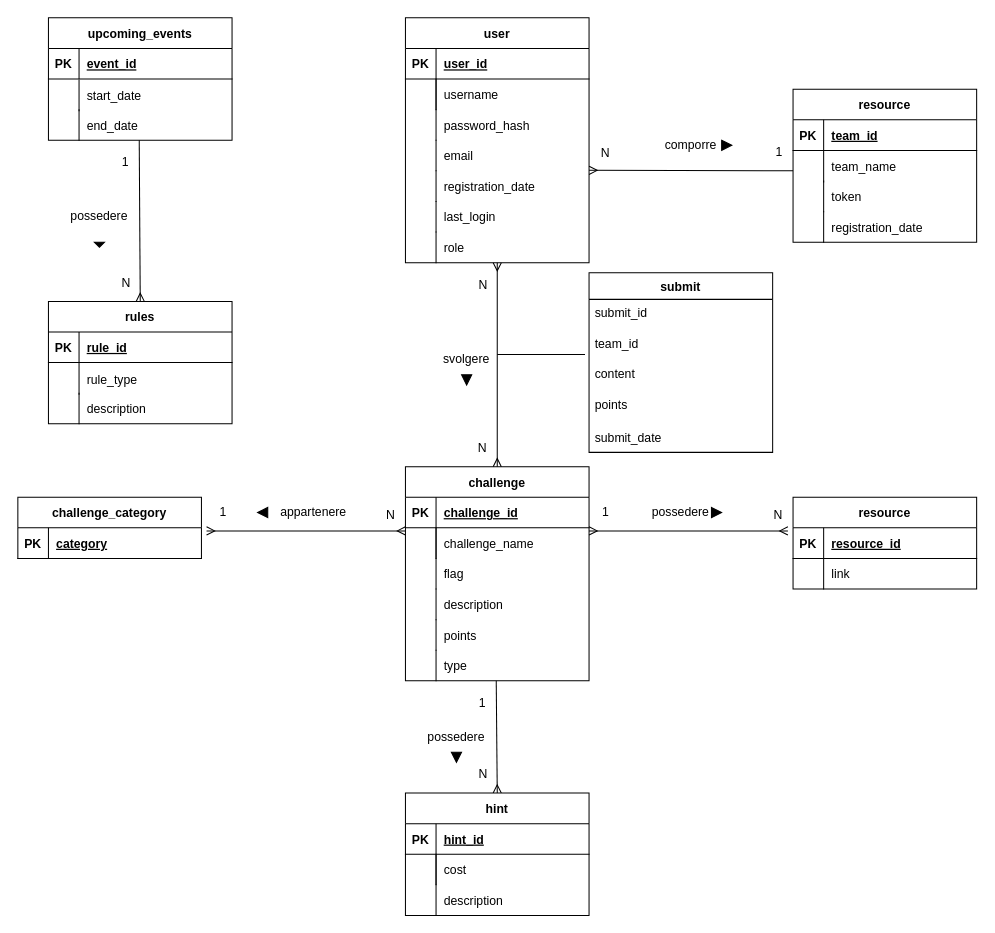
This is db/ER_diagram.drawio from FeeeDz/H4ckUs4t1_CTF, a draw.io file, before an edit. Source tidied: cells renumbered, new cells numbered last; positions are measured from the earlier drawing's top-left corner, leaving out a move shared by most shapes. Both pictures are drawn from the tidied source at 102%, with x=0, y=0 at pixel (17, 17).
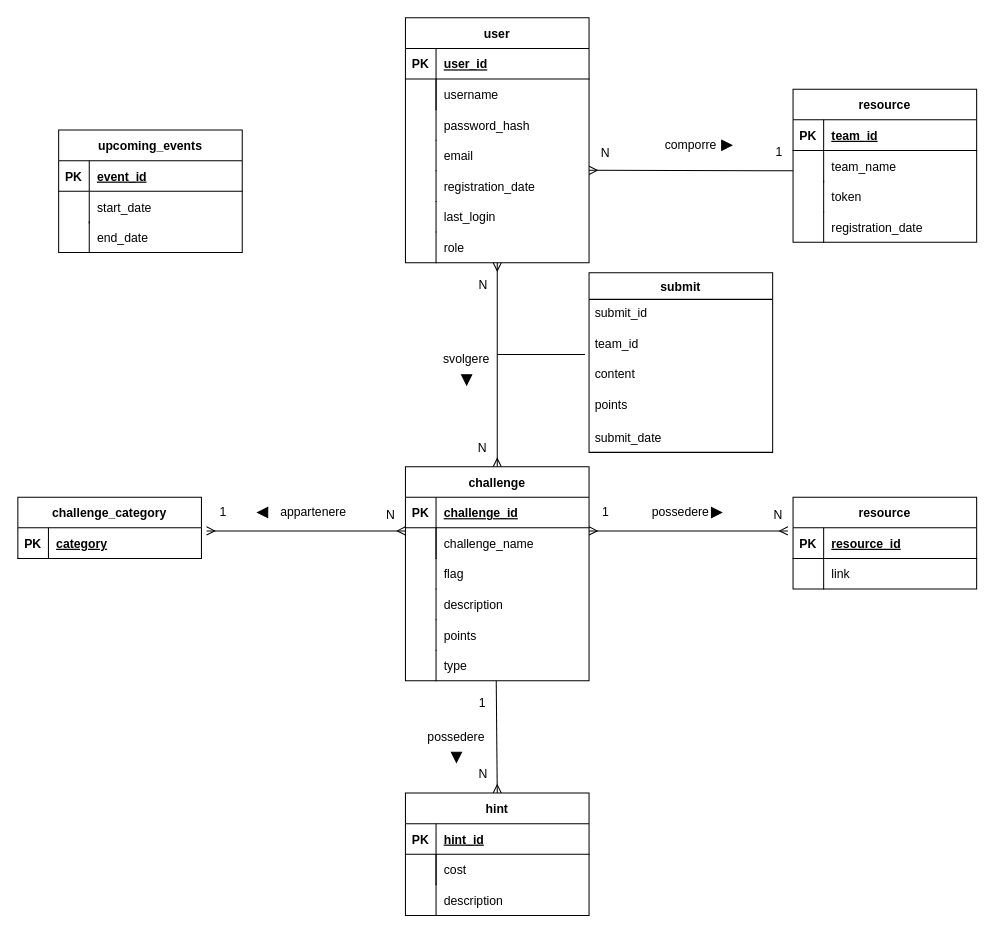
The same page after the edit.

Commit message (it also covers changes not shown here):
removing rules

What changed in the source:
```diff
@@
     <mxCell id="115" value="upcoming_events" style="shape=table;startSize=30;childLayout=tableLayout;rowLines=0;fontStyle=1;align=center;" parent="1" vertex="1">
-      <mxGeometry x="30" width="180" height="120" as="geometry" />
+      <mxGeometry x="40" y="110" width="180" height="120" as="geometry" />
     </mxCell>
@@
     <mxCell id="119" style="shape=partialRectangle;fillColor=none;top=0;left=0;right=0;bottom=0;" parent="1" vertex="1">
-      <mxGeometry x="30" y="90" width="180" height="30" as="geometry" />
+      <mxGeometry x="40" y="200" width="180" height="30" as="geometry" />
     </mxCell>
@@
     <mxCell id="122" style="group;" parent="1" vertex="1">
-      <mxGeometry x="30" y="61" width="180" height="30" as="geometry" />
+      <mxGeometry x="40" y="171" width="180" height="30" as="geometry" />
     </mxCell>
@@
-    <mxCell id="126" value="rules" style="shape=table;startSize=30;childLayout=tableLayout;rowLines=0;fontStyle=1;align=center;" parent="1" vertex="1">
-      <mxGeometry x="30" y="278" width="180" height="120" as="geometry" />
-    </mxCell>
-    <mxCell id="127" style="shape=partialRectangle;fillColor=none;top=0;left=0;right=0;bottom=1;" parent="126" vertex="1">
-      <mxGeometry y="30" width="180" height="30" as="geometry" />
-    </mxCell>
-    <mxCell id="128" value="PK" style="shape=partialRectangle;overflow=hidden;fillColor=none;top=0;left=0;bottom=0;right=0;fontStyle=1;" parent="127" vertex="1">
-      <mxGeometry width="30" height="30" as="geometry" />
-    </mxCell>
-    <mxCell id="129" value="rule_id" style="shape=partialRectangle;overflow=hidden;fillColor=none;top=0;left=0;bottom=0;right=0;align=left;spacingLeft=6;fontStyle=5;" parent="127" vertex="1">
-      <mxGeometry x="30" width="150" height="30" as="geometry" />
-    </mxCell>
-    <mxCell id="130" style="shape=partialRectangle;fillColor=none;top=0;left=0;right=0;bottom=0;" parent="1" vertex="1">
-      <mxGeometry x="30" y="368" width="180" height="30" as="geometry" />
-    </mxCell>
-    <mxCell id="131" style="shape=partialRectangle;overflow=hidden;fillColor=none;top=0;left=0;bottom=0;right=1;" parent="130" vertex="1">
-      <mxGeometry width="30" height="30" as="geometry" />
-    </mxCell>
-    <mxCell id="132" value="description" style="shape=partialRectangle;overflow=hidden;fillColor=none;top=0;left=0;bottom=0;right=0;align=left;spacingLeft=6;" parent="130" vertex="1">
-      <mxGeometry x="30" width="150" height="30" as="geometry" />
-    </mxCell>
-    <mxCell id="133" style="group;" parent="1" vertex="1">
-      <mxGeometry x="30" y="339" width="180" height="30" as="geometry" />
-    </mxCell>
-    <mxCell id="134" style="shape=partialRectangle;fillColor=none;top=0;left=0;right=0;bottom=0;" parent="133" vertex="1">
-      <mxGeometry width="180" height="30" as="geometry" />
-    </mxCell>
-    <mxCell id="135" style="shape=partialRectangle;overflow=hidden;fillColor=none;top=0;left=0;bottom=0;right=1;" parent="133" vertex="1">
-      <mxGeometry width="30" height="30" as="geometry" />
-    </mxCell>
-    <mxCell id="136" value="rule_type" style="shape=partialRectangle;overflow=hidden;fillColor=none;top=0;left=0;bottom=0;right=0;align=left;spacingLeft=6;" parent="133" vertex="1">
-      <mxGeometry x="30" width="150" height="30" as="geometry" />
-    </mxCell>
-    <mxCell id="137" style="endArrow=none;html=1;rounded=0;startArrow=ERmany;startFill=0;exitX=0.5;exitY=0;exitDx=0;exitDy=0;" parent="1" edge="1" source="126">
-      <mxGeometry relative="1" as="geometry">
-        <mxPoint x="119" y="120" as="targetPoint" />
-      </mxGeometry>
-    </mxCell>
-    <mxCell id="138" value="&lt;div&gt;N&lt;/div&gt;" style="html=1;align=left;verticalAlign=bottom;" parent="137" vertex="1">
-      <mxGeometry x="-1" relative="1" as="geometry">
-        <mxPoint x="-20" y="-10" as="offset" />
-      </mxGeometry>
-    </mxCell>
-    <mxCell id="139" value="1" style="html=1;align=right;verticalAlign=bottom;" parent="137" vertex="1">
-      <mxGeometry x="1" relative="1" as="geometry">
-        <mxPoint x="-10" y="30" as="offset" />
-      </mxGeometry>
-    </mxCell>
-    <mxCell id="140" style="triangle;whiteSpace=wrap;html=1;fontSize=12;strokeColor=default;fillColor=#000000;rotation=90;" parent="1" vertex="1">
-      <mxGeometry x="77.5" y="217.5" width="5" height="10" as="geometry" />
-    </mxCell>
-    <mxCell id="141" value="possedere" style="text;html=1;strokeColor=none;fillColor=none;align=center;verticalAlign=middle;whiteSpace=wrap;rounded=0;fontSize=12;" parent="1" vertex="1">
-      <mxGeometry x="50" y="180" width="60" height="30" as="geometry" />
-    </mxCell>
```
